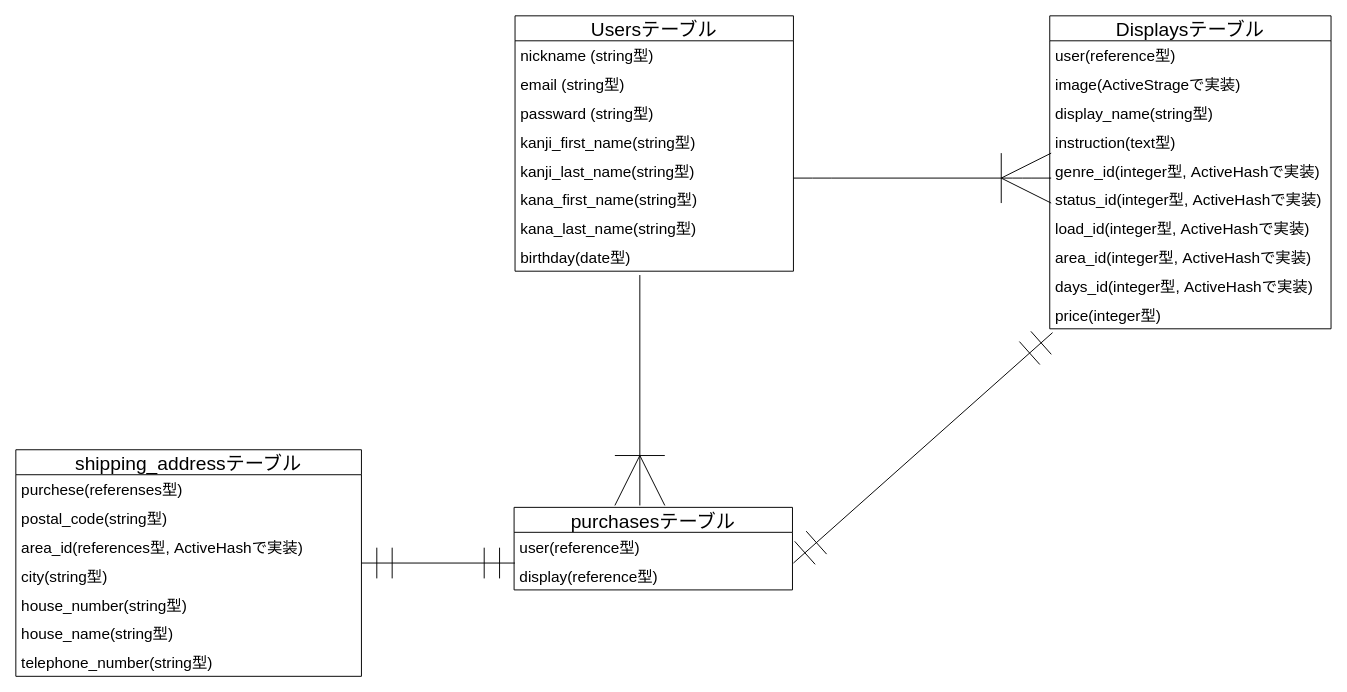
Earlier version of the draw.io diagram furima.dio (ryotechcamp/furima-36393). Source tidied: cells renumbered, new cells numbered last; positions are measured from the earlier drawing's top-left corner, leaving out a move shared by most shapes. Both pictures are drawn from the tidied source at 96%, with x=0, y=0 at pixel (15, 15).
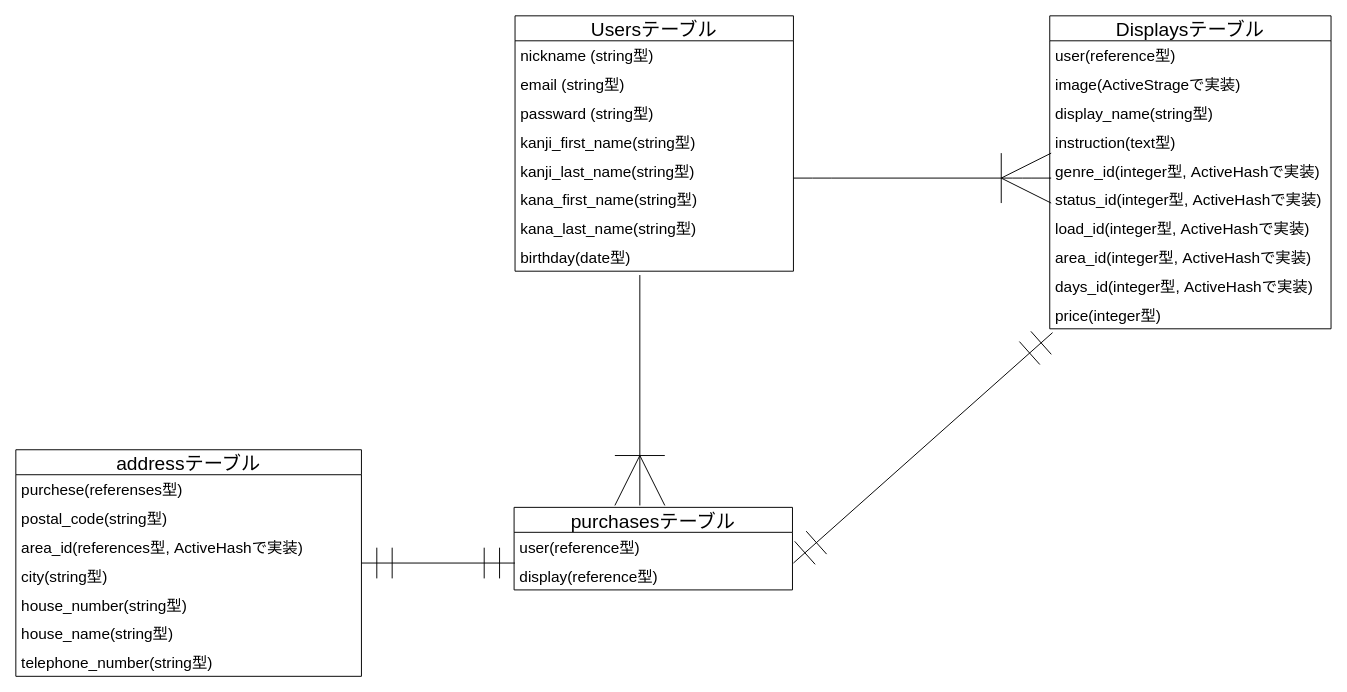
The same page after the edit.

What changed in the source:
```diff
@@
-    <mxCell id="25" value="shipping_addressテーブル" style="swimlane;fontStyle=0;horizontal=1;startSize=26;align=center;fontSize=20;" parent="1" vertex="1">
+    <mxCell id="25" value="addressテーブル" style="swimlane;fontStyle=0;horizontal=1;startSize=26;align=center;fontSize=20;" parent="1" vertex="1">
       <mxGeometry y="452" width="360" height="236" as="geometry" />
     </mxCell>
```
